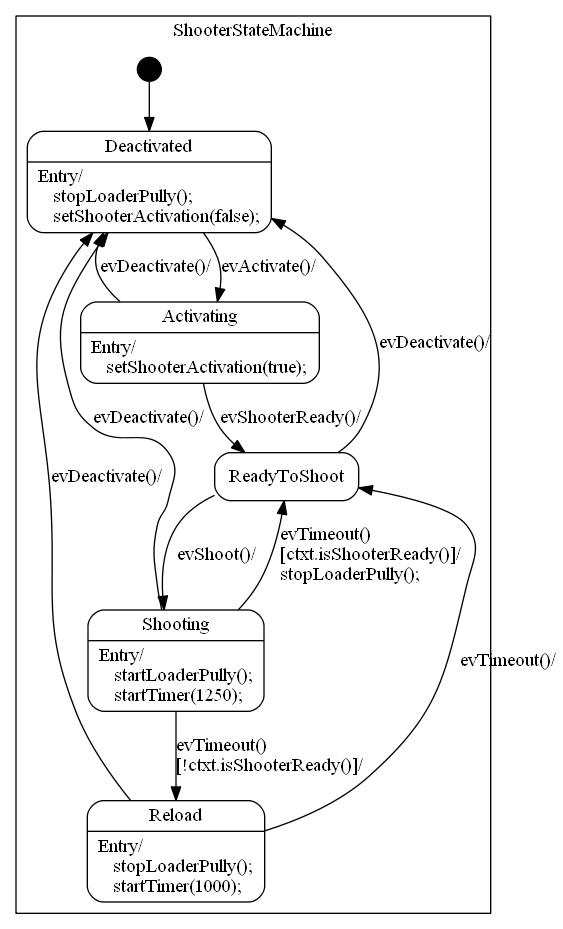
The Graphviz diagram TeamCode/src/main/java/org/firstinspires/ftc/teamcode/shooter/ShooterStateMachine_sm.png in scottarush/InfinityTech_UltimateGoal, before a commit. Its source is kept beside it as TeamCode/src/main/java/org/firstinspires/ftc/teamcode/shooter/ShooterStateMachine_sm.dot.
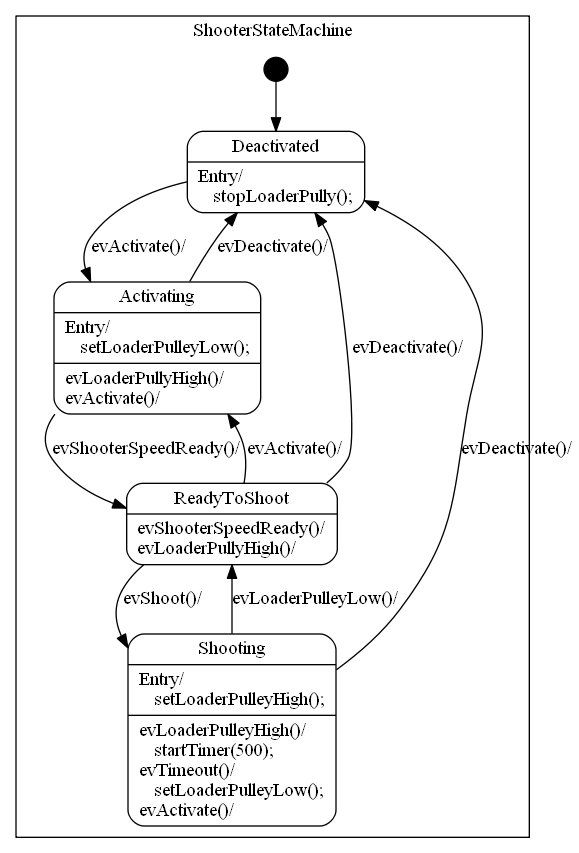
Above is the later version.

Commit message:
Disabled logging and regenerated shooter state machine files.

Change to the diagram source:
```diff
@@ -9,19 +9,16 @@
 
 
         "ShooterStateMachine::Deactivated"
-            [label="{Deactivated|Entry/\l&nbsp;&nbsp;&nbsp;stopLoaderPully();\l&nbsp;&nbsp;&nbsp;setShooterActivation(false);\l}"];
+            [label="{Deactivated|Entry/\l&nbsp;&nbsp;&nbsp;stopLoaderPully();\l}"];
 
         "ShooterStateMachine::Activating"
-            [label="{Activating|Entry/\l&nbsp;&nbsp;&nbsp;setShooterActivation(true);\l}"];
-
-        "ShooterStateMachine::Reload"
-            [label="{Reload|Entry/\l&nbsp;&nbsp;&nbsp;stopLoaderPully();\l&nbsp;&nbsp;&nbsp;startTimer(1000);\l}"];
+            [label="{Activating|Entry/\l&nbsp;&nbsp;&nbsp;setLoaderPulleyLow();\l|evLoaderPullyHigh()/\levActivate()/\l}"];
 
         "ShooterStateMachine::ReadyToShoot"
-            [label="{ReadyToShoot}"];
+            [label="{ReadyToShoot|evShooterSpeedReady()/\levLoaderPullyHigh()/\l}"];
 
         "ShooterStateMachine::Shooting"
-            [label="{Shooting|Entry/\l&nbsp;&nbsp;&nbsp;startLoaderPully();\l&nbsp;&nbsp;&nbsp;startTimer(1250);\l}"];
+            [label="{Shooting|Entry/\l&nbsp;&nbsp;&nbsp;setLoaderPulleyHigh();\l|evLoaderPulleyHigh()/\l&nbsp;&nbsp;&nbsp;startTimer(500);\levTimeout()/\l&nbsp;&nbsp;&nbsp;setLoaderPulleyLow();\levActivate()/\l}"];
 
         "%start"
             [label="" shape=circle style=filled fillcolor=black width=0.25];
@@ -31,28 +28,22 @@
             [label="evActivate()/\l"];
 
         "ShooterStateMachine::Activating" -> "ShooterStateMachine::ReadyToShoot"
-            [label="evShooterReady()/\l"];
+            [label="evShooterSpeedReady()/\l"];
 
         "ShooterStateMachine::Activating" -> "ShooterStateMachine::Deactivated"
-            [label="evDeactivate()/\l"];
-
-        "ShooterStateMachine::Reload" -> "ShooterStateMachine::ReadyToShoot"
-            [label="evTimeout()/\l"];
-
-        "ShooterStateMachine::Reload" -> "ShooterStateMachine::Deactivated"
             [label="evDeactivate()/\l"];
 
         "ShooterStateMachine::ReadyToShoot" -> "ShooterStateMachine::Shooting"
             [label="evShoot()/\l"];
 
+        "ShooterStateMachine::ReadyToShoot" -> "ShooterStateMachine::Activating"
+            [label="evActivate()/\l"];
+
         "ShooterStateMachine::ReadyToShoot" -> "ShooterStateMachine::Deactivated"
             [label="evDeactivate()/\l"];
 
         "ShooterStateMachine::Shooting" -> "ShooterStateMachine::ReadyToShoot"
-            [label="evTimeout()\l\[ctxt.isShooterReady()\]/\lstopLoaderPully();\l"];
-
-        "ShooterStateMachine::Shooting" -> "ShooterStateMachine::Reload"
-            [label="evTimeout()\l\[!ctxt.isShooterReady()\]/\l"];
+            [label="evLoaderPulleyLow()/\l"];
 
         "ShooterStateMachine::Shooting" -> "ShooterStateMachine::Deactivated"
             [label="evDeactivate()/\l"];
```
